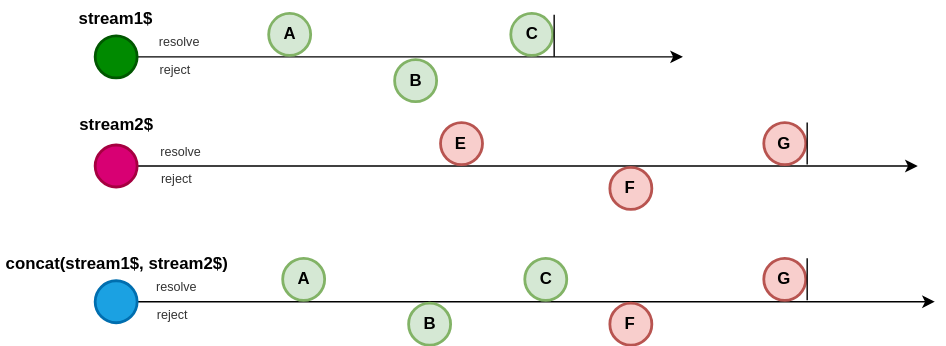
Before: docs/public/concat.drawio.svg, a diagram exported from draw.io (fluthjs/fluth-doc). Source tidied: cells renumbered, new cells last; positions are measured from the earlier drawing's top-left corner, leaving out a move shared by most shapes.
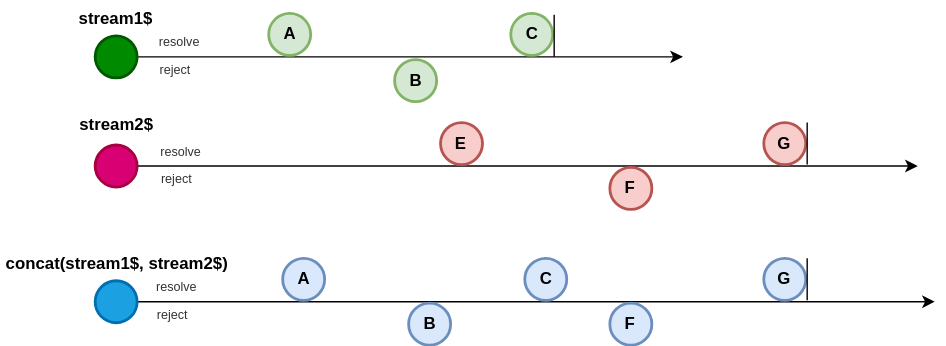
Later version of the same file.

The edit, as a diff of the source:
```diff
@@ -68,19 +68,19 @@
     <mxCell id="18" style="ellipse;whiteSpace=wrap;html=1;strokeWidth=2;fontStyle=1;fillColor=#1ba1e2;fontColor=#ffffff;strokeColor=#006EAF;" parent="1" vertex="1">
       <mxGeometry x="67.5" y="200" width="30" height="30" as="geometry" />
     </mxCell>
-    <mxCell id="19" value="A" style="ellipse;whiteSpace=wrap;html=1;strokeWidth=2;fontStyle=1;fillColor=#d5e8d4;strokeColor=#82b366;" parent="1" vertex="1">
+    <mxCell id="19" value="A" style="ellipse;whiteSpace=wrap;html=1;strokeWidth=2;fontStyle=1;fillColor=#dae8fc;strokeColor=#6c8ebf;" parent="1" vertex="1">
       <mxGeometry x="201.5" y="184" width="30" height="30" as="geometry" />
     </mxCell>
-    <mxCell id="20" value="B" style="ellipse;whiteSpace=wrap;html=1;strokeWidth=2;fontStyle=1;fillColor=#d5e8d4;strokeColor=#82b366;" parent="1" vertex="1">
+    <mxCell id="20" value="B" style="ellipse;whiteSpace=wrap;html=1;strokeWidth=2;fontStyle=1;fillColor=#dae8fc;strokeColor=#6c8ebf;" parent="1" vertex="1">
       <mxGeometry x="291.5" y="216" width="30" height="30" as="geometry" />
     </mxCell>
-    <mxCell id="21" value="C" style="ellipse;whiteSpace=wrap;html=1;strokeWidth=2;fontStyle=1;fillColor=#d5e8d4;strokeColor=#82b366;" parent="1" vertex="1">
+    <mxCell id="21" value="C" style="ellipse;whiteSpace=wrap;html=1;strokeWidth=2;fontStyle=1;fillColor=#dae8fc;strokeColor=#6c8ebf;" parent="1" vertex="1">
       <mxGeometry x="374.5" y="184" width="30" height="30" as="geometry" />
     </mxCell>
-    <mxCell id="22" value="F" style="ellipse;whiteSpace=wrap;html=1;strokeWidth=2;fontStyle=1;fillColor=#f8cecc;strokeColor=#b85450;" parent="1" vertex="1">
+    <mxCell id="22" value="F" style="ellipse;whiteSpace=wrap;html=1;strokeWidth=2;fontStyle=1;fillColor=#dae8fc;strokeColor=#6c8ebf;" parent="1" vertex="1">
       <mxGeometry x="435.3" y="216" width="30" height="30" as="geometry" />
     </mxCell>
-    <mxCell id="23" value="G" style="ellipse;whiteSpace=wrap;html=1;strokeWidth=2;fontStyle=1;fillColor=#f8cecc;strokeColor=#b85450;" parent="1" vertex="1">
+    <mxCell id="23" value="G" style="ellipse;whiteSpace=wrap;html=1;strokeWidth=2;fontStyle=1;fillColor=#dae8fc;strokeColor=#6c8ebf;" parent="1" vertex="1">
       <mxGeometry x="545.3" y="184" width="30" height="30" as="geometry" />
     </mxCell>
     <mxCell id="24" style="endArrow=none;html=1;rounded=0;strokeWidth=1;" parent="1" edge="1">
```
